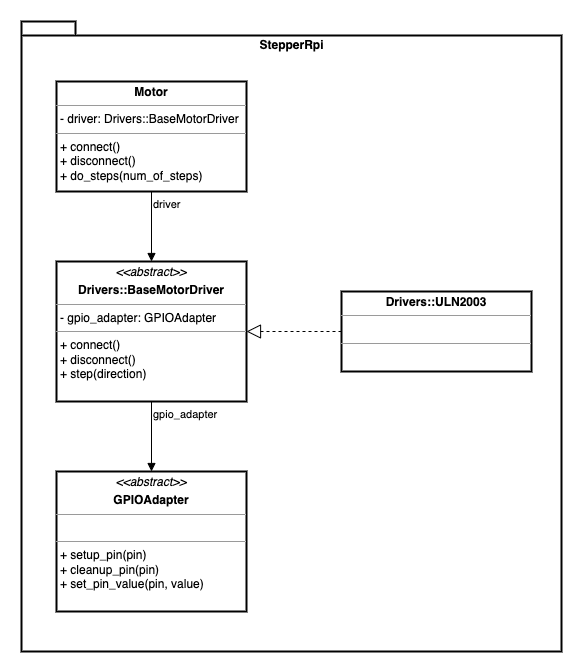
The draw.io diagram imgs/stepper_rpi_classes.png in sergio1990/stepper_rpi, before a commit. Source tidied: cells renumbered, new cells last; positions are measured from the earlier drawing's top-left corner, leaving out a move shared by most shapes. Its diagram source:
```xml
<mxGraphModel>
  <root>
    <mxCell id="0" />
    <mxCell id="1" parent="0" />
    <mxCell id="2" value="StepperRpi" style="shape=folder;fontStyle=1;spacingTop=10;tabWidth=40;tabHeight=14;tabPosition=left;html=1;strokeWidth=2;verticalAlign=top;" parent="1" vertex="1">
      <mxGeometry width="540" height="630" as="geometry" />
    </mxCell>
    <mxCell id="3" value="&lt;p style=&quot;margin: 0px ; margin-top: 4px ; text-align: center&quot;&gt;&lt;b&gt;Motor&lt;/b&gt;&lt;/p&gt;&lt;hr size=&quot;1&quot;&gt;&lt;p style=&quot;margin: 0px ; margin-left: 4px&quot;&gt;- driver: Drivers::BaseMotorDriver&lt;/p&gt;&lt;hr size=&quot;1&quot;&gt;&lt;p style=&quot;margin: 0px ; margin-left: 4px&quot;&gt;+ connect()&lt;/p&gt;&lt;p style=&quot;margin: 0px ; margin-left: 4px&quot;&gt;+ disconnect()&lt;/p&gt;&lt;p style=&quot;margin: 0px ; margin-left: 4px&quot;&gt;+ do_steps(num_of_steps)&lt;/p&gt;" style="verticalAlign=top;align=left;overflow=fill;fontSize=12;fontFamily=Helvetica;html=1;strokeWidth=2;" parent="1" vertex="1">
      <mxGeometry x="35" y="60" width="190" height="110" as="geometry" />
    </mxCell>
    <mxCell id="4" value="&lt;p style=&quot;margin: 0px ; margin-top: 4px ; text-align: center&quot;&gt;&lt;i&gt;&amp;lt;&amp;lt;abstract&amp;gt;&amp;gt;&lt;/i&gt;&lt;/p&gt;&lt;p style=&quot;margin: 0px ; margin-top: 4px ; text-align: center&quot;&gt;&lt;b&gt;Drivers::BaseMotorDriver&lt;/b&gt;&lt;/p&gt;&lt;hr size=&quot;1&quot;&gt;&lt;p style=&quot;margin: 0px ; margin-left: 4px&quot;&gt;- gpio_adapter: GPIOAdapter&lt;/p&gt;&lt;hr size=&quot;1&quot;&gt;&lt;p style=&quot;margin: 0px ; margin-left: 4px&quot;&gt;+ connect()&lt;/p&gt;&lt;p style=&quot;margin: 0px ; margin-left: 4px&quot;&gt;+ disconnect()&lt;/p&gt;&lt;p style=&quot;margin: 0px ; margin-left: 4px&quot;&gt;+ step(direction)&lt;/p&gt;" style="verticalAlign=top;align=left;overflow=fill;fontSize=12;fontFamily=Helvetica;html=1;strokeWidth=2;" parent="1" vertex="1">
      <mxGeometry x="35" y="240" width="190" height="140" as="geometry" />
    </mxCell>
    <mxCell id="5" value="driver" style="endArrow=block;endFill=1;html=1;edgeStyle=orthogonalEdgeStyle;align=left;verticalAlign=top;rounded=0;strokeWidth=1;exitX=0.5;exitY=1;exitDx=0;exitDy=0;entryX=0.5;entryY=0;entryDx=0;entryDy=0;" parent="1" edge="1" source="3" target="4">
      <mxGeometry x="-1" relative="1" as="geometry" />
    </mxCell>
    <mxCell id="6" value="&lt;p style=&quot;margin: 0px ; margin-top: 4px ; text-align: center&quot;&gt;&lt;i&gt;&amp;lt;&amp;lt;abstract&amp;gt;&amp;gt;&lt;/i&gt;&lt;/p&gt;&lt;p style=&quot;margin: 0px ; margin-top: 4px ; text-align: center&quot;&gt;&lt;b&gt;GPIOAdapter&lt;/b&gt;&lt;/p&gt;&lt;hr size=&quot;1&quot;&gt;&lt;p style=&quot;margin: 0px ; margin-left: 4px&quot;&gt;&lt;br&gt;&lt;/p&gt;&lt;hr size=&quot;1&quot;&gt;&lt;p style=&quot;margin: 0px ; margin-left: 4px&quot;&gt;+ setup_pin(pin)&lt;/p&gt;&lt;p style=&quot;margin: 0px ; margin-left: 4px&quot;&gt;+ cleanup_pin(pin)&lt;/p&gt;&lt;p style=&quot;margin: 0px ; margin-left: 4px&quot;&gt;+ set_pin_value(pin, value)&lt;/p&gt;" style="verticalAlign=top;align=left;overflow=fill;fontSize=12;fontFamily=Helvetica;html=1;strokeWidth=2;" parent="1" vertex="1">
      <mxGeometry x="35" y="450" width="190" height="140" as="geometry" />
    </mxCell>
    <mxCell id="7" value="gpio_adapter" style="endArrow=block;endFill=1;html=1;edgeStyle=orthogonalEdgeStyle;align=left;verticalAlign=top;rounded=0;strokeWidth=1;exitX=0.5;exitY=1;exitDx=0;exitDy=0;entryX=0.5;entryY=0;entryDx=0;entryDy=0;" parent="1" edge="1" source="4" target="6">
      <mxGeometry x="-1" relative="1" as="geometry" />
    </mxCell>
    <mxCell id="8" value="&lt;p style=&quot;margin: 0px ; margin-top: 4px ; text-align: center&quot;&gt;&lt;b&gt;Drivers::ULN2003&lt;/b&gt;&lt;br&gt;&lt;/p&gt;&lt;hr size=&quot;1&quot;&gt;&lt;p style=&quot;margin: 0px ; margin-left: 4px&quot;&gt;&lt;br&gt;&lt;/p&gt;&lt;hr size=&quot;1&quot;&gt;&lt;p style=&quot;margin: 0px ; margin-left: 4px&quot;&gt;&lt;br&gt;&lt;/p&gt;" style="verticalAlign=top;align=left;overflow=fill;fontSize=12;fontFamily=Helvetica;html=1;strokeWidth=2;" parent="1" vertex="1">
      <mxGeometry x="320" y="270" width="190" height="80" as="geometry" />
    </mxCell>
    <mxCell id="9" style="endArrow=block;dashed=1;endFill=0;endSize=12;html=1;rounded=0;strokeWidth=1;entryX=1;entryY=0.5;entryDx=0;entryDy=0;exitX=0;exitY=0.5;exitDx=0;exitDy=0;" parent="1" edge="1" source="8" target="4">
      <mxGeometry relative="1" as="geometry" />
    </mxCell>
  </root>
</mxGraphModel>
```
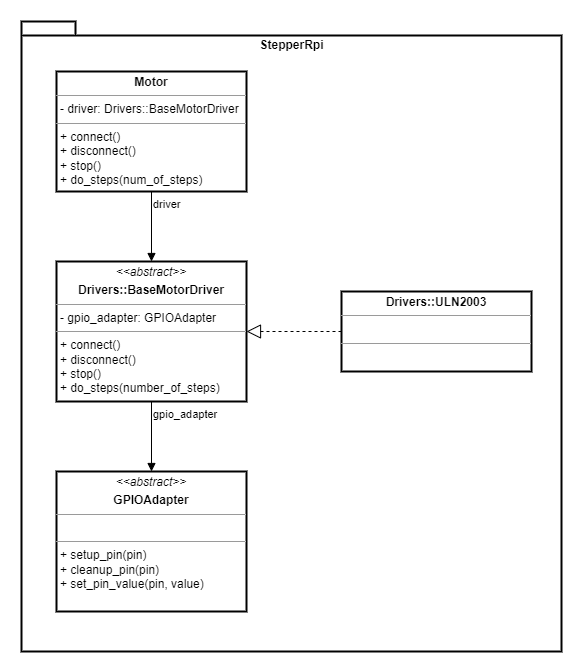
The same diagram one commit later.

Commit message:
Update classes diagram

The edit, as a diff of the source:
```diff
@@ -5,10 +5,10 @@
     <mxCell id="2" value="StepperRpi" style="shape=folder;fontStyle=1;spacingTop=10;tabWidth=40;tabHeight=14;tabPosition=left;html=1;strokeWidth=2;verticalAlign=top;" parent="1" vertex="1">
       <mxGeometry width="540" height="630" as="geometry" />
     </mxCell>
-    <mxCell id="3" value="&lt;p style=&quot;margin: 0px ; margin-top: 4px ; text-align: center&quot;&gt;&lt;b&gt;Motor&lt;/b&gt;&lt;/p&gt;&lt;hr size=&quot;1&quot;&gt;&lt;p style=&quot;margin: 0px ; margin-left: 4px&quot;&gt;- driver: Drivers::BaseMotorDriver&lt;/p&gt;&lt;hr size=&quot;1&quot;&gt;&lt;p style=&quot;margin: 0px ; margin-left: 4px&quot;&gt;+ connect()&lt;/p&gt;&lt;p style=&quot;margin: 0px ; margin-left: 4px&quot;&gt;+ disconnect()&lt;/p&gt;&lt;p style=&quot;margin: 0px ; margin-left: 4px&quot;&gt;+ do_steps(num_of_steps)&lt;/p&gt;" style="verticalAlign=top;align=left;overflow=fill;fontSize=12;fontFamily=Helvetica;html=1;strokeWidth=2;" parent="1" vertex="1">
-      <mxGeometry x="35" y="60" width="190" height="110" as="geometry" />
+    <mxCell id="3" value="&lt;p style=&quot;margin: 0px ; margin-top: 4px ; text-align: center&quot;&gt;&lt;b&gt;Motor&lt;/b&gt;&lt;/p&gt;&lt;hr size=&quot;1&quot;&gt;&lt;p style=&quot;margin: 0px ; margin-left: 4px&quot;&gt;- driver: Drivers::BaseMotorDriver&lt;/p&gt;&lt;hr size=&quot;1&quot;&gt;&lt;p style=&quot;margin: 0px ; margin-left: 4px&quot;&gt;+ connect()&lt;/p&gt;&lt;p style=&quot;margin: 0px ; margin-left: 4px&quot;&gt;+ disconnect()&lt;/p&gt;&lt;p style=&quot;margin: 0px ; margin-left: 4px&quot;&gt;+ stop()&lt;/p&gt;&lt;p style=&quot;margin: 0px ; margin-left: 4px&quot;&gt;+ do_steps(num_of_steps)&lt;/p&gt;" style="verticalAlign=top;align=left;overflow=fill;fontSize=12;fontFamily=Helvetica;html=1;strokeWidth=2;" parent="1" vertex="1">
+      <mxGeometry x="35" y="50" width="190" height="120" as="geometry" />
     </mxCell>
-    <mxCell id="4" value="&lt;p style=&quot;margin: 0px ; margin-top: 4px ; text-align: center&quot;&gt;&lt;i&gt;&amp;lt;&amp;lt;abstract&amp;gt;&amp;gt;&lt;/i&gt;&lt;/p&gt;&lt;p style=&quot;margin: 0px ; margin-top: 4px ; text-align: center&quot;&gt;&lt;b&gt;Drivers::BaseMotorDriver&lt;/b&gt;&lt;/p&gt;&lt;hr size=&quot;1&quot;&gt;&lt;p style=&quot;margin: 0px ; margin-left: 4px&quot;&gt;- gpio_adapter: GPIOAdapter&lt;/p&gt;&lt;hr size=&quot;1&quot;&gt;&lt;p style=&quot;margin: 0px ; margin-left: 4px&quot;&gt;+ connect()&lt;/p&gt;&lt;p style=&quot;margin: 0px ; margin-left: 4px&quot;&gt;+ disconnect()&lt;/p&gt;&lt;p style=&quot;margin: 0px ; margin-left: 4px&quot;&gt;+ step(direction)&lt;/p&gt;" style="verticalAlign=top;align=left;overflow=fill;fontSize=12;fontFamily=Helvetica;html=1;strokeWidth=2;" parent="1" vertex="1">
+    <mxCell id="4" value="&lt;p style=&quot;margin: 0px ; margin-top: 4px ; text-align: center&quot;&gt;&lt;i&gt;&amp;lt;&amp;lt;abstract&amp;gt;&amp;gt;&lt;/i&gt;&lt;/p&gt;&lt;p style=&quot;margin: 0px ; margin-top: 4px ; text-align: center&quot;&gt;&lt;b&gt;Drivers::BaseMotorDriver&lt;/b&gt;&lt;/p&gt;&lt;hr size=&quot;1&quot;&gt;&lt;p style=&quot;margin: 0px ; margin-left: 4px&quot;&gt;- gpio_adapter: GPIOAdapter&lt;/p&gt;&lt;hr size=&quot;1&quot;&gt;&lt;p style=&quot;margin: 0px ; margin-left: 4px&quot;&gt;+ connect()&lt;/p&gt;&lt;p style=&quot;margin: 0px ; margin-left: 4px&quot;&gt;+ disconnect()&lt;/p&gt;&lt;p style=&quot;margin: 0px ; margin-left: 4px&quot;&gt;+ stop()&lt;/p&gt;&lt;p style=&quot;margin: 0px ; margin-left: 4px&quot;&gt;+ do_steps(number_of_steps)&lt;/p&gt;" style="verticalAlign=top;align=left;overflow=fill;fontSize=12;fontFamily=Helvetica;html=1;strokeWidth=2;" parent="1" vertex="1">
       <mxGeometry x="35" y="240" width="190" height="140" as="geometry" />
     </mxCell>
     <mxCell id="5" value="driver" style="endArrow=block;endFill=1;html=1;edgeStyle=orthogonalEdgeStyle;align=left;verticalAlign=top;rounded=0;strokeWidth=1;exitX=0.5;exitY=1;exitDx=0;exitDy=0;entryX=0.5;entryY=0;entryDx=0;entryDy=0;" parent="1" edge="1" source="3" target="4">
```
